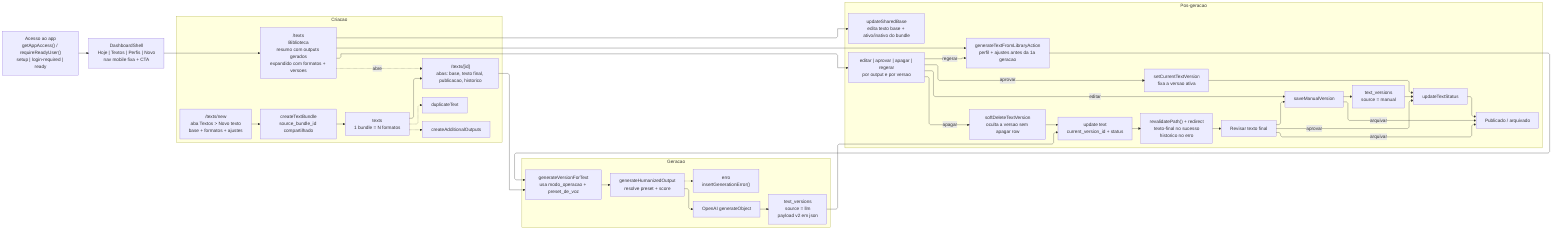
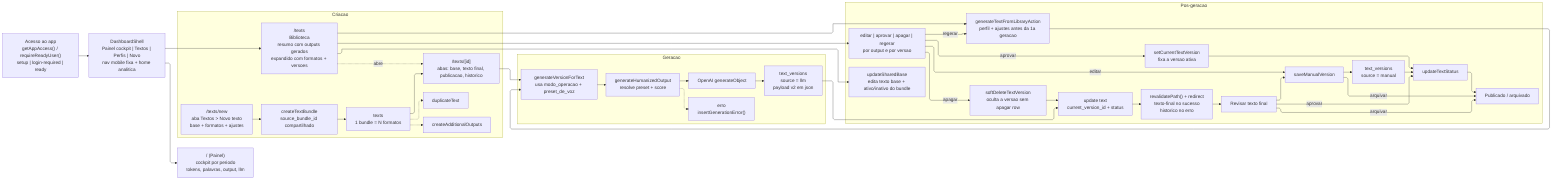
%%{init: {'flowchart': {'defaultRenderer': 'elk', 'curve': 'linear'}} }%%
flowchart LR
-   ACC["Acesso ao app<br/>getAppAccess() / requireReadyUser()<br/>setup | login-required | ready"] --> SHELL["DashboardShell<br/>Hoje | Textos | Perfis | Novo<br/>nav mobile fixa + CTA"] --> LIB
+   ACC["Acesso ao app<br/>getAppAccess() / requireReadyUser()<br/>setup | login-required | ready"] --> SHELL["DashboardShell<br/>Painel cockpit | Textos | Perfis | Novo<br/>nav mobile fixa + home analitica"]
+   SHELL --> PANEL["/ (Painel)<br/>cockpit por periodo<br/>tokens, palavras, output, llm"]
+   SHELL --> LIB

  subgraph CRI["Criacao"]
    LIB["/texts<br/>Biblioteca<br/>resumo com outputs gerados<br/>expandido com formatos + versoes"] -. abre .-> N4["/texts/[id]<br/>abas: base, texto final, publicacao, historico"]
    N1["/texts/new<br/>aba Textos > Novo texto<br/>base + formatos + ajustes"] --> N2["createTextBundle<br/>source_bundle_id compartilhado"] --> N3["texts<br/>1 bundle = N formatos"] --> N4
    N3 -.-> N5["duplicateText"]
    N3 -.-> N6["createAdditionalOutputs"]
  end

  subgraph GER["Geracao"]
    N4 --> N7["generateVersionForText<br/>usa modo_operacao + preset_de_voz"] --> N8["generateHumanizedOutput<br/>resolve preset + score"] --> N9["OpenAI generateObject"] --> N10["text_versions<br/>source = llm<br/>payload v2 em json"]
    N8 -.-> ERR["erro<br/>insertGenerationError()"]
  end

  subgraph POS["Pos-geracao"]
    N10 --> N11["update text<br/>current_version_id + status"] --> R["revalidatePath() + redirect<br/>texto-final no sucesso<br/>historico no erro"] --> N12["Revisar texto final"]
    LIB --> N20["updateSharedBase<br/>edita texto base + ativo/inativo do bundle"]
    LIB --> N21["generateTextFromLibraryAction<br/>perfil + ajustes antes da 1a geracao"]
    LIB --> N17["editar | aprovar | apagar | regerar<br/>por output e por versao"]
    N21 --> N7
    N17 -->|editar| N13["saveManualVersion<br/>nova versao manual + status escolhido"]
    N17 -->|aprovar| N18["setCurrentTextVersion<br/>fixa a versao ativa"]
    N17 -->|apagar| N19["softDeleteTextVersion<br/>oculta a versao sem apagar row"]
    N17 -->|regerar| N21
    N12 -->|aprovar| N15["updateTextStatus"]
    N12 -->|arquivar| N16["Publicado / arquivado"]
    N12 --> N13["saveManualVersion"] --> N14["text_versions<br/>source = manual"] --> N15
    N13 -->|arquivar| N16
    N18 --> N15
    N19 --> N11
    N15 --> N16
-   end
+   end